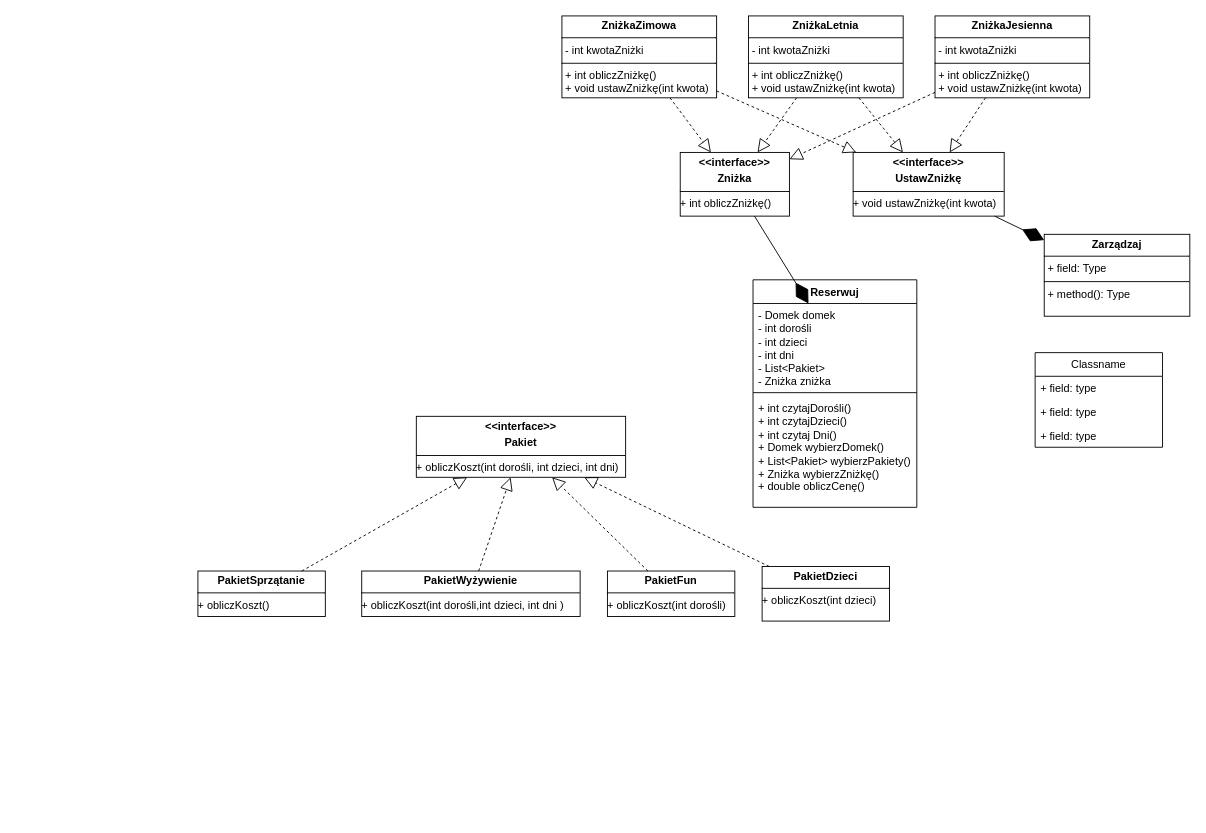
JakubKowaI/kubakubutek keeps this draw.io diagram as TPSem3Final.drawio. Above is the earlier version. Source tidied: cells renumbered, new cells numbered last; positions are measured from the earlier drawing's top-left corner, leaving out a move shared by most shapes. Both pictures are drawn from the tidied source at 91%, with x=0, y=0 at pixel (197, 15).
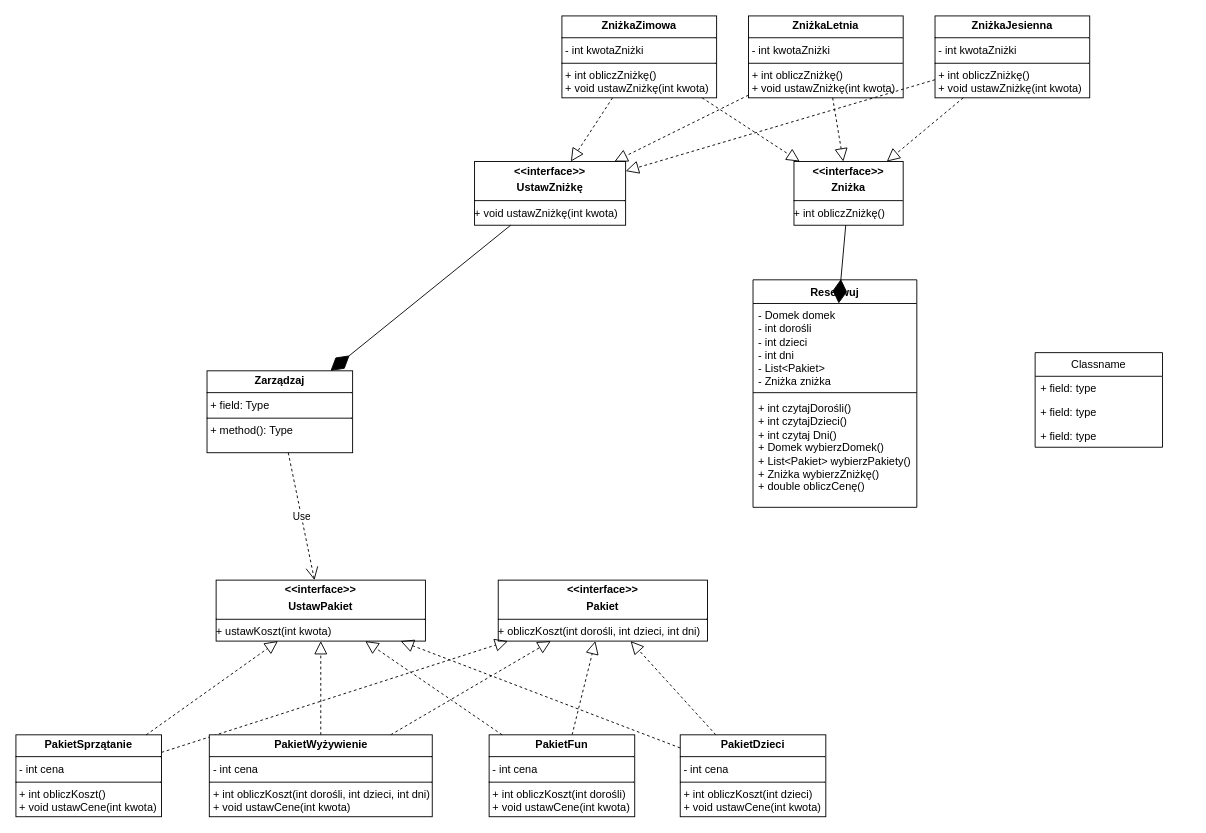
After the change.

Diff of the diagram source:
```diff
@@
     <mxCell id="10" value="&lt;p style=&quot;margin:0px;margin-top:4px;text-align:center;&quot;&gt;&lt;b&gt;&amp;lt;&amp;lt;interface&amp;gt;&amp;gt;&lt;/b&gt;&lt;/p&gt;&lt;p style=&quot;margin:0px;margin-top:4px;text-align:center;&quot;&gt;&lt;b&gt;Pakiet&lt;/b&gt;&lt;/p&gt;&lt;hr size=&quot;1&quot; style=&quot;border-style:solid;&quot;&gt;&lt;div style=&quot;height:2px;&quot;&gt;+ obliczKoszt(int dorośli, int dzieci, int dni)&lt;/div&gt;" style="verticalAlign=top;align=left;overflow=fill;html=1;whiteSpace=wrap;" parent="1" vertex="1">
-      <mxGeometry x="240" y="440" width="230" height="67" as="geometry" />
+      <mxGeometry x="330" y="620" width="230" height="67" as="geometry" />
     </mxCell>
-    <mxCell id="11" value="&lt;p style=&quot;margin:0px;margin-top:4px;text-align:center;&quot;&gt;&lt;b&gt;PakietSprzątanie&lt;/b&gt;&lt;/p&gt;&lt;hr size=&quot;1&quot; style=&quot;border-style:solid;&quot;&gt;&lt;div style=&quot;height:2px;&quot;&gt;+ obliczKoszt()&lt;/div&gt;" style="verticalAlign=top;align=left;overflow=fill;html=1;whiteSpace=wrap;" parent="1" vertex="1">
-      <mxGeometry y="610" width="140" height="50" as="geometry" />
-    </mxCell>
-    <mxCell id="12" value="&lt;p style=&quot;margin:0px;margin-top:4px;text-align:center;&quot;&gt;&lt;b&gt;PakietWyżywienie&lt;/b&gt;&lt;/p&gt;&lt;hr size=&quot;1&quot; style=&quot;border-style:solid;&quot;&gt;&lt;div style=&quot;height:2px;&quot;&gt;+ obliczKoszt(int dorośli,int dzieci, int dni&amp;nbsp;)&lt;/div&gt;" style="verticalAlign=top;align=left;overflow=fill;html=1;whiteSpace=wrap;" parent="1" vertex="1">
-      <mxGeometry x="180" y="610" width="240" height="50" as="geometry" />
-    </mxCell>
-    <mxCell id="13" value="&lt;p style=&quot;margin:0px;margin-top:4px;text-align:center;&quot;&gt;&lt;b&gt;PakietDzieci&lt;/b&gt;&lt;/p&gt;&lt;hr size=&quot;1&quot; style=&quot;border-style:solid;&quot;&gt;&lt;div style=&quot;height:2px;&quot;&gt;+ obliczKoszt(int dzieci)&lt;/div&gt;" style="verticalAlign=top;align=left;overflow=fill;html=1;whiteSpace=wrap;" parent="1" vertex="1">
-      <mxGeometry x="620" y="605" width="140" height="60" as="geometry" />
-    </mxCell>
-    <mxCell id="14" value="&lt;p style=&quot;margin:0px;margin-top:4px;text-align:center;&quot;&gt;&lt;b&gt;PakietFun&lt;/b&gt;&lt;/p&gt;&lt;hr size=&quot;1&quot; style=&quot;border-style:solid;&quot;&gt;&lt;div style=&quot;height:2px;&quot;&gt;+ obliczKoszt(int dorośli)&lt;/div&gt;" style="verticalAlign=top;align=left;overflow=fill;html=1;whiteSpace=wrap;" parent="1" vertex="1">
-      <mxGeometry x="450" y="610" width="140" height="50" as="geometry" />
-    </mxCell>
-    <mxCell id="15" style="endArrow=block;dashed=1;endFill=0;endSize=12;html=1;rounded=0;" parent="1" edge="1" source="11" target="10">
+    <mxCell id="15" style="endArrow=block;dashed=1;endFill=0;endSize=12;html=1;rounded=0;" parent="1" edge="1" source="34" target="10">
       <mxGeometry relative="1" as="geometry" />
     </mxCell>
-    <mxCell id="16" style="endArrow=block;dashed=1;endFill=0;endSize=12;html=1;rounded=0;" parent="1" edge="1" source="12" target="10">
+    <mxCell id="16" style="endArrow=block;dashed=1;endFill=0;endSize=12;html=1;rounded=0;" parent="1" edge="1" source="35" target="10">
       <mxGeometry relative="1" as="geometry" />
     </mxCell>
-    <mxCell id="17" style="endArrow=block;dashed=1;endFill=0;endSize=12;html=1;rounded=0;" parent="1" edge="1" source="14" target="10">
+    <mxCell id="17" style="endArrow=block;dashed=1;endFill=0;endSize=12;html=1;rounded=0;" parent="1" edge="1" source="36" target="10">
       <mxGeometry relative="1" as="geometry" />
     </mxCell>
-    <mxCell id="18" style="endArrow=block;dashed=1;endFill=0;endSize=12;html=1;rounded=0;" parent="1" edge="1" source="13" target="10">
+    <mxCell id="18" style="endArrow=block;dashed=1;endFill=0;endSize=12;html=1;rounded=0;" parent="1" edge="1" source="37" target="10">
       <mxGeometry relative="1" as="geometry" />
     </mxCell>
     <mxCell id="19" value="&lt;p style=&quot;margin:0px;margin-top:4px;text-align:center;&quot;&gt;&lt;b&gt;&amp;lt;&amp;lt;interface&amp;gt;&amp;gt;&lt;/b&gt;&lt;/p&gt;&lt;p style=&quot;margin:0px;margin-top:4px;text-align:center;&quot;&gt;&lt;b&gt;Zniżka&lt;/b&gt;&lt;/p&gt;&lt;hr size=&quot;1&quot; style=&quot;border-style:solid;&quot;&gt;&lt;div style=&quot;height:2px;&quot;&gt;+ int obliczZniżkę()&lt;/div&gt;" style="verticalAlign=top;align=left;overflow=fill;html=1;whiteSpace=wrap;" parent="1" vertex="1">
-      <mxGeometry x="530" y="150" width="120" height="70" as="geometry" />
+      <mxGeometry x="655" y="160" width="120" height="70" as="geometry" />
     </mxCell>
     <mxCell id="20" value="&lt;p style=&quot;margin:0px;margin-top:4px;text-align:center;&quot;&gt;&lt;b&gt;&amp;lt;&amp;lt;interface&amp;gt;&amp;gt;&lt;/b&gt;&lt;/p&gt;&lt;p style=&quot;margin:0px;margin-top:4px;text-align:center;&quot;&gt;&lt;b&gt;UstawZniżkę&lt;/b&gt;&lt;/p&gt;&lt;hr size=&quot;1&quot; style=&quot;border-style:solid;&quot;&gt;&lt;div style=&quot;height:2px;&quot;&gt;+ void ustawZniżkę(int kwota)&lt;/div&gt;" style="verticalAlign=top;align=left;overflow=fill;html=1;whiteSpace=wrap;" parent="1" vertex="1">
-      <mxGeometry x="720" y="150" width="166" height="70" as="geometry" />
+      <mxGeometry x="304" y="160" width="166" height="70" as="geometry" />
     </mxCell>
@@
     <mxCell id="31" value="&lt;p style=&quot;margin:0px;margin-top:4px;text-align:center;&quot;&gt;&lt;b&gt;Zarządzaj&lt;/b&gt;&lt;/p&gt;&lt;hr size=&quot;1&quot; style=&quot;border-style:solid;&quot;&gt;&lt;p style=&quot;margin:0px;margin-left:4px;&quot;&gt;+ field: Type&lt;/p&gt;&lt;hr size=&quot;1&quot; style=&quot;border-style:solid;&quot;&gt;&lt;p style=&quot;margin:0px;margin-left:4px;&quot;&gt;+ method(): Type&lt;/p&gt;" style="verticalAlign=top;align=left;overflow=fill;html=1;whiteSpace=wrap;" parent="1" vertex="1">
-      <mxGeometry x="930" y="240" width="160" height="90" as="geometry" />
+      <mxGeometry x="10" y="390" width="160" height="90" as="geometry" />
     </mxCell>
@@
+    <mxCell id="33" value="&lt;p style=&quot;margin:0px;margin-top:4px;text-align:center;&quot;&gt;&lt;b&gt;&amp;lt;&amp;lt;interface&amp;gt;&amp;gt;&lt;/b&gt;&lt;/p&gt;&lt;p style=&quot;margin:0px;margin-top:4px;text-align:center;&quot;&gt;&lt;b&gt;UstawPakiet&lt;/b&gt;&lt;/p&gt;&lt;hr size=&quot;1&quot; style=&quot;border-style:solid;&quot;&gt;&lt;div style=&quot;height:2px;&quot;&gt;+ ustawKoszt(int kwota)&lt;/div&gt;" style="verticalAlign=top;align=left;overflow=fill;html=1;whiteSpace=wrap;" parent="1" vertex="1">
+      <mxGeometry x="20" y="620" width="230" height="67" as="geometry" />
+    </mxCell>
+    <mxCell id="34" value="&lt;p style=&quot;margin:0px;margin-top:4px;text-align:center;&quot;&gt;&lt;b&gt;PakietSprzątanie&lt;/b&gt;&lt;/p&gt;&lt;hr size=&quot;1&quot; style=&quot;border-style:solid;&quot;&gt;&lt;p style=&quot;margin:0px;margin-left:4px;&quot;&gt;- int cena&lt;/p&gt;&lt;hr size=&quot;1&quot; style=&quot;border-style:solid;&quot;&gt;&lt;p style=&quot;margin:0px;margin-left:4px;&quot;&gt;+ int obliczKoszt()&lt;/p&gt;&lt;p style=&quot;margin:0px;margin-left:4px;&quot;&gt;+ void ustawCene(int kwota)&lt;/p&gt;" style="verticalAlign=top;align=left;overflow=fill;html=1;whiteSpace=wrap;" parent="1" vertex="1">
+      <mxGeometry x="-200" y="790" width="160" height="90" as="geometry" />
+    </mxCell>
+    <mxCell id="35" value="&lt;p style=&quot;margin:0px;margin-top:4px;text-align:center;&quot;&gt;&lt;b&gt;PakietWyżywienie&lt;/b&gt;&lt;/p&gt;&lt;hr size=&quot;1&quot; style=&quot;border-style:solid;&quot;&gt;&lt;p style=&quot;margin:0px;margin-left:4px;&quot;&gt;- int cena&lt;/p&gt;&lt;hr size=&quot;1&quot; style=&quot;border-style:solid;&quot;&gt;&lt;p style=&quot;margin:0px;margin-left:4px;&quot;&gt;+ int obliczKoszt(int dorośli, int dzieci, int dni)&lt;/p&gt;&lt;p style=&quot;margin:0px;margin-left:4px;&quot;&gt;+ void ustawCene(int kwota)&lt;/p&gt;" style="verticalAlign=top;align=left;overflow=fill;html=1;whiteSpace=wrap;" parent="1" vertex="1">
+      <mxGeometry x="12.5" y="790" width="245" height="90" as="geometry" />
+    </mxCell>
+    <mxCell id="36" value="&lt;p style=&quot;margin:0px;margin-top:4px;text-align:center;&quot;&gt;&lt;b&gt;PakietFun&lt;/b&gt;&lt;/p&gt;&lt;hr size=&quot;1&quot; style=&quot;border-style:solid;&quot;&gt;&lt;p style=&quot;margin:0px;margin-left:4px;&quot;&gt;- int cena&lt;/p&gt;&lt;hr size=&quot;1&quot; style=&quot;border-style:solid;&quot;&gt;&lt;p style=&quot;margin:0px;margin-left:4px;&quot;&gt;+ int obliczKoszt(int dorośli)&lt;/p&gt;&lt;p style=&quot;margin:0px;margin-left:4px;&quot;&gt;+ void ustawCene(int kwota)&lt;/p&gt;" style="verticalAlign=top;align=left;overflow=fill;html=1;whiteSpace=wrap;" parent="1" vertex="1">
+      <mxGeometry x="320" y="790" width="160" height="90" as="geometry" />
+    </mxCell>
+    <mxCell id="37" value="&lt;p style=&quot;margin:0px;margin-top:4px;text-align:center;&quot;&gt;&lt;b&gt;PakietDzieci&lt;/b&gt;&lt;/p&gt;&lt;hr size=&quot;1&quot; style=&quot;border-style:solid;&quot;&gt;&lt;p style=&quot;margin:0px;margin-left:4px;&quot;&gt;- int cena&lt;/p&gt;&lt;hr size=&quot;1&quot; style=&quot;border-style:solid;&quot;&gt;&lt;p style=&quot;margin:0px;margin-left:4px;&quot;&gt;+ int obliczKoszt(int dzieci)&lt;/p&gt;&lt;p style=&quot;margin:0px;margin-left:4px;&quot;&gt;+ void ustawCene(int kwota)&lt;/p&gt;" style="verticalAlign=top;align=left;overflow=fill;html=1;whiteSpace=wrap;" parent="1" vertex="1">
+      <mxGeometry x="530" y="790" width="160" height="90" as="geometry" />
+    </mxCell>
+    <mxCell id="38" style="endArrow=block;dashed=1;endFill=0;endSize=12;html=1;rounded=0;" parent="1" edge="1" source="34" target="33">
+      <mxGeometry relative="1" as="geometry" />
+    </mxCell>
+    <mxCell id="39" style="endArrow=block;dashed=1;endFill=0;endSize=12;html=1;rounded=0;" parent="1" edge="1" source="35" target="33">
+      <mxGeometry relative="1" as="geometry" />
+    </mxCell>
+    <mxCell id="40" style="endArrow=block;dashed=1;endFill=0;endSize=12;html=1;rounded=0;" parent="1" edge="1" source="36" target="33">
+      <mxGeometry relative="1" as="geometry" />
+    </mxCell>
+    <mxCell id="41" style="endArrow=block;dashed=1;endFill=0;endSize=12;html=1;rounded=0;" parent="1" edge="1" source="37" target="33">
+      <mxGeometry relative="1" as="geometry" />
+    </mxCell>
+    <mxCell id="42" value="Use" style="endArrow=open;endSize=12;dashed=1;html=1;rounded=0;" parent="1" edge="1" source="31" target="33">
+      <mxGeometry relative="1" as="geometry" />
+    </mxCell>
```
